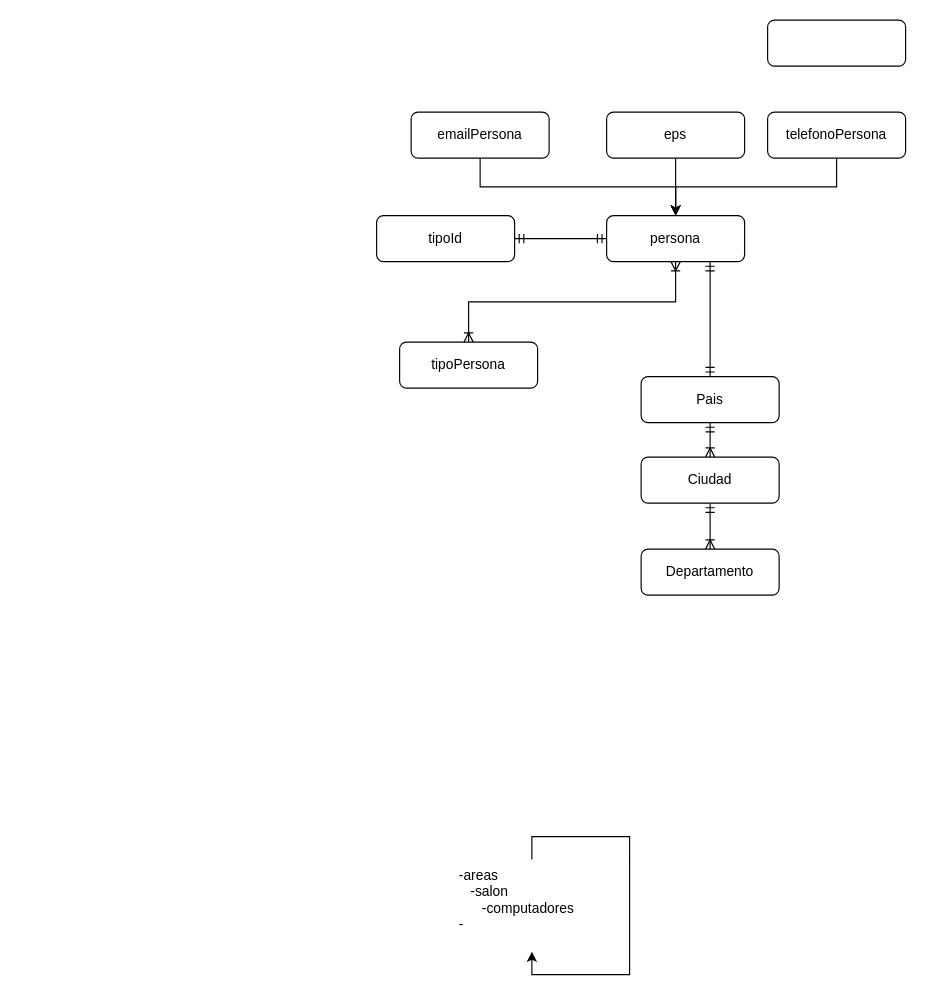
Earlier version of the draw.io diagram Untitled Diagram.drawio (NixonAmado/pry-bdCampus). Source tidied: cells renumbered, new cells numbered last; positions are measured from the earlier drawing's top-left corner, leaving out a move shared by most shapes. Both pictures are drawn from the tidied source at 115%, with x=0, y=0 at pixel (376, 20).
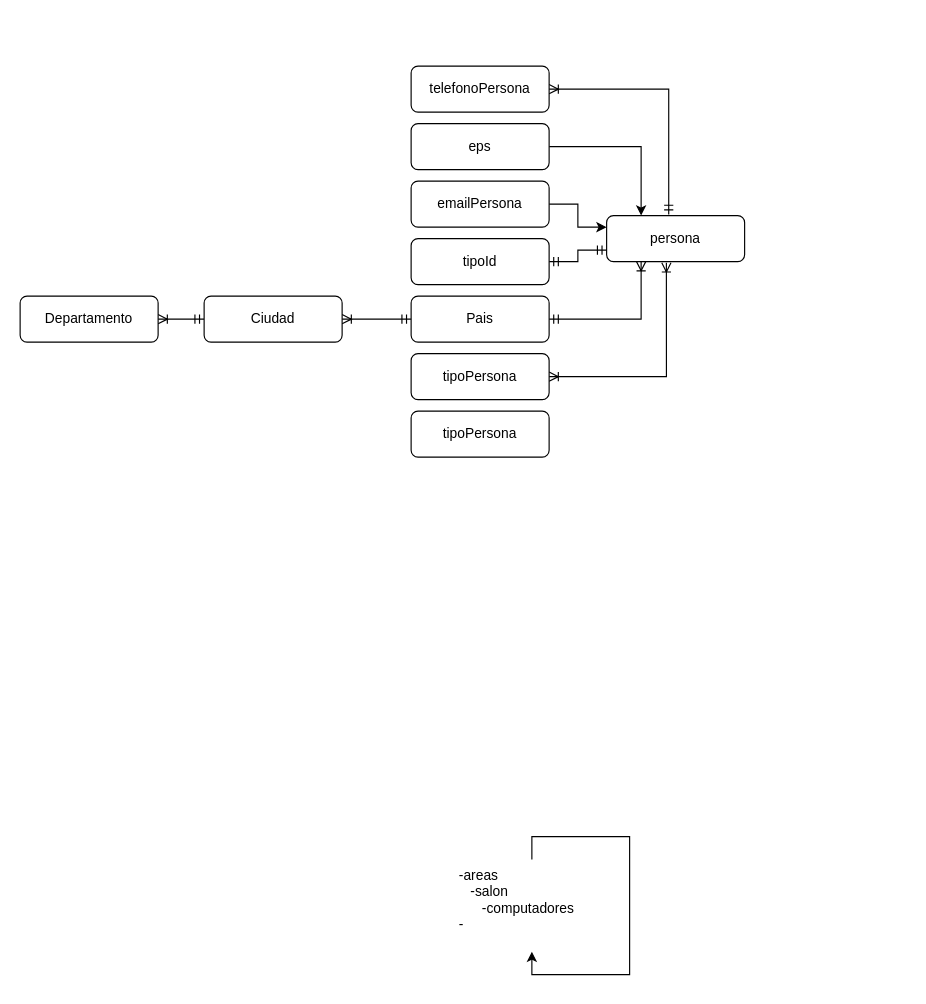
Above is the later version.

Unchanged cells that the change refers to:
```xml
<mxCell id="8" value="persona" style="rounded=1;whiteSpace=wrap;html=1;" parent="1" vertex="1">
  <mxGeometry x="200" y="170" width="120" height="40" as="geometry" />
</mxCell>
```

Diff of the diagram source:
```diff
@@
-    <mxCell id="2" style="edgeStyle=orthogonalEdgeStyle;rounded=0;jettySize=auto;html=1;exitX=0.5;exitY=1;exitDx=0;exitDy=0;entryX=0.5;entryY=0;entryDx=0;entryDy=0;" parent="1" edge="1" source="3" target="8">
+    <mxCell id="2" style="edgeStyle=orthogonalEdgeStyle;rounded=0;jettySize=auto;html=1;exitX=1;exitY=0.5;exitDx=0;exitDy=0;entryX=0.25;entryY=0;entryDx=0;entryDy=0;" parent="1" edge="1" source="3" target="8">
       <mxGeometry relative="1" as="geometry" />
     </mxCell>
     <mxCell id="3" value="eps" style="rounded=1;whiteSpace=wrap;html=1;" parent="1" vertex="1">
-      <mxGeometry x="200" y="80" width="120" height="40" as="geometry" />
+      <mxGeometry x="30" y="90" width="120" height="40" as="geometry" />
     </mxCell>
@@
-    <mxCell id="6" style="edgeStyle=orthogonalEdgeStyle;rounded=0;jettySize=auto;html=1;exitX=0.5;exitY=1;exitDx=0;exitDy=0;" parent="1" edge="1" source="7" target="8">
+    <mxCell id="6" style="edgeStyle=orthogonalEdgeStyle;rounded=0;jettySize=auto;html=1;exitX=1;exitY=0.5;exitDx=0;exitDy=0;entryX=0;entryY=0.25;entryDx=0;entryDy=0;" parent="1" edge="1" source="7" target="8">
       <mxGeometry relative="1" as="geometry" />
     </mxCell>
     <mxCell id="7" value="emailPersona" style="rounded=1;whiteSpace=wrap;html=1;" parent="1" vertex="1">
-      <mxGeometry x="30" y="80" width="120" height="40" as="geometry" />
+      <mxGeometry x="30" y="140" width="120" height="40" as="geometry" />
     </mxCell>
@@
-    <mxCell id="9" style="edgeStyle=orthogonalEdgeStyle;rounded=0;jettySize=auto;html=1;exitX=0.5;exitY=1;exitDx=0;exitDy=0;entryX=0.5;entryY=0;entryDx=0;entryDy=0;" parent="1" edge="1" source="10" target="8">
+    <mxCell id="9" style="edgeStyle=orthogonalEdgeStyle;rounded=0;jettySize=auto;html=1;exitX=1;exitY=0.5;exitDx=0;exitDy=0;entryX=0.45;entryY=-0.025;entryDx=0;entryDy=0;endArrow=ERmandOne;endFill=0;startArrow=ERoneToMany;startFill=0;entryPerimeter=0;" parent="1" edge="1" source="10" target="8">
       <mxGeometry relative="1" as="geometry" />
     </mxCell>
     <mxCell id="10" value="telefonoPersona" style="rounded=1;whiteSpace=wrap;html=1;" parent="1" vertex="1">
-      <mxGeometry x="340" y="80" width="120" height="40" as="geometry" />
+      <mxGeometry x="30" y="40" width="120" height="40" as="geometry" />
     </mxCell>
-    <mxCell id="11" style="edgeStyle=orthogonalEdgeStyle;rounded=0;jettySize=auto;html=1;exitX=1;exitY=0.5;exitDx=0;exitDy=0;endArrow=ERmandOne;endFill=0;startArrow=ERmandOne;startFill=0;" parent="1" edge="1" source="12" target="8">
+    <mxCell id="11" style="edgeStyle=orthogonalEdgeStyle;rounded=0;jettySize=auto;html=1;exitX=1;exitY=0.5;exitDx=0;exitDy=0;endArrow=ERmandOne;endFill=0;startArrow=ERmandOne;startFill=0;entryX=0;entryY=0.75;entryDx=0;entryDy=0;" parent="1" edge="1" source="12" target="8">
       <mxGeometry relative="1" as="geometry" />
     </mxCell>
     <mxCell id="12" value="tipoId" style="rounded=1;whiteSpace=wrap;html=1;" parent="1" vertex="1">
-      <mxGeometry y="170" width="120" height="40" as="geometry" />
+      <mxGeometry x="30" y="190" width="120" height="40" as="geometry" />
     </mxCell>
-    <mxCell id="13" style="edgeStyle=orthogonalEdgeStyle;rounded=0;jettySize=auto;html=1;exitX=0.5;exitY=0;exitDx=0;exitDy=0;endArrow=ERoneToMany;endFill=0;startArrow=ERoneToMany;startFill=0;" parent="1" edge="1" source="14" target="8">
+    <mxCell id="13" style="edgeStyle=orthogonalEdgeStyle;rounded=0;jettySize=auto;html=1;exitX=1;exitY=0.5;exitDx=0;exitDy=0;endArrow=ERoneToMany;endFill=0;startArrow=ERoneToMany;startFill=0;entryX=0.433;entryY=1.025;entryDx=0;entryDy=0;entryPerimeter=0;" parent="1" edge="1" source="14" target="8">
       <mxGeometry relative="1" as="geometry" />
     </mxCell>
     <mxCell id="14" value="tipoPersona" style="rounded=1;whiteSpace=wrap;html=1;" parent="1" vertex="1">
-      <mxGeometry x="20" y="280" width="120" height="40" as="geometry" />
+      <mxGeometry x="30" y="290" width="120" height="40" as="geometry" />
     </mxCell>
-    <mxCell id="15" style="edgeStyle=orthogonalEdgeStyle;rounded=0;jettySize=auto;html=1;exitX=0.5;exitY=0;exitDx=0;exitDy=0;entryX=0.75;entryY=1;entryDx=0;entryDy=0;endArrow=ERmandOne;endFill=0;startArrow=ERmandOne;startFill=0;" parent="1" edge="1" source="16" target="8">
+    <mxCell id="15" style="edgeStyle=orthogonalEdgeStyle;rounded=0;jettySize=auto;html=1;exitX=1;exitY=0.5;exitDx=0;exitDy=0;entryX=0.25;entryY=1;entryDx=0;entryDy=0;endArrow=ERoneToMany;endFill=0;startArrow=ERmandOne;startFill=0;" parent="1" edge="1" source="16" target="8">
       <mxGeometry relative="1" as="geometry" />
     </mxCell>
     <mxCell id="16" value="Pais" style="rounded=1;whiteSpace=wrap;html=1;" parent="1" vertex="1">
-      <mxGeometry x="230" y="310" width="120" height="40" as="geometry" />
+      <mxGeometry x="30" y="240" width="120" height="40" as="geometry" />
     </mxCell>
-    <mxCell id="17" style="edgeStyle=orthogonalEdgeStyle;rounded=0;jettySize=auto;html=1;exitX=0.5;exitY=0;exitDx=0;exitDy=0;entryX=0.5;entryY=1;entryDx=0;entryDy=0;endArrow=ERmandOne;endFill=0;startArrow=ERoneToMany;startFill=0;" parent="1" edge="1" source="18" target="20">
+    <mxCell id="17" style="edgeStyle=orthogonalEdgeStyle;rounded=0;jettySize=auto;html=1;exitX=1;exitY=0.5;exitDx=0;exitDy=0;endArrow=ERmandOne;endFill=0;startArrow=ERoneToMany;startFill=0;entryX=0;entryY=0.5;entryDx=0;entryDy=0;" parent="1" edge="1" source="18" target="20">
       <mxGeometry relative="1" as="geometry" />
     </mxCell>
     <mxCell id="18" value="Departamento" style="rounded=1;whiteSpace=wrap;html=1;" parent="1" vertex="1">
-      <mxGeometry x="230" y="460" width="120" height="40" as="geometry" />
+      <mxGeometry x="-310" y="240" width="120" height="40" as="geometry" />
     </mxCell>
-    <mxCell id="19" style="edgeStyle=orthogonalEdgeStyle;rounded=1;jettySize=auto;html=1;exitX=0.5;exitY=0;exitDx=0;exitDy=0;entryX=0.5;entryY=1;entryDx=0;entryDy=0;endArrow=ERmandOne;endFill=0;startArrow=ERoneToMany;startFill=0;" parent="1" edge="1" source="20" target="16">
+    <mxCell id="19" style="edgeStyle=orthogonalEdgeStyle;rounded=1;jettySize=auto;html=1;exitX=1;exitY=0.5;exitDx=0;exitDy=0;entryX=0;entryY=0.5;entryDx=0;entryDy=0;endArrow=ERmandOne;endFill=0;startArrow=ERoneToMany;startFill=0;" parent="1" edge="1" source="20" target="16">
       <mxGeometry relative="1" as="geometry" />
     </mxCell>
     <mxCell id="20" value="Ciudad" style="rounded=1;whiteSpace=wrap;html=1;" parent="1" vertex="1">
-      <mxGeometry x="230" y="380" width="120" height="40" as="geometry" />
+      <mxGeometry x="-150" y="240" width="120" height="40" as="geometry" />
     </mxCell>
-    <mxCell id="21" style="rounded=1;whiteSpace=wrap;html=1;" parent="1" vertex="1">
-      <mxGeometry x="340" width="120" height="40" as="geometry" />
-    </mxCell>
+    <mxCell id="22" value="tipoPersona" style="rounded=1;whiteSpace=wrap;html=1;" parent="1" vertex="1">
+      <mxGeometry x="30" y="340" width="120" height="40" as="geometry" />
+    </mxCell>
```
